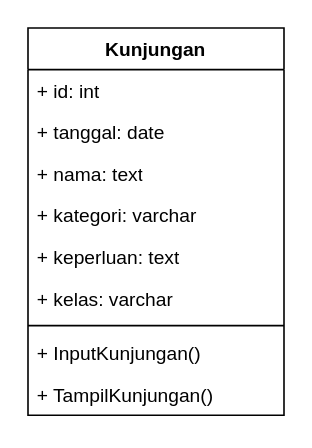
The draw.io diagram ClassDiagram.drawio in Hexail-tech/perpusDigital, before the edit. Source tidied: cells renumbered, new cells numbered last; positions are measured from the earlier drawing's top-left corner, leaving out a move shared by most shapes. Both pictures are drawn from the tidied source at 160%, with x=0, y=0 at pixel (27, 27).
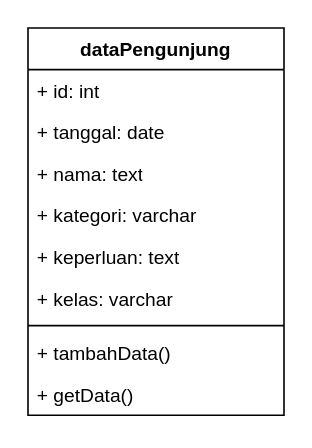
Above is the later version.

Diff of the diagram source:
```diff
@@
-<mxGraphModel>
+<mxGraphModel background="#ffffff">
   <root>
     <mxCell id="0" />
     <mxCell id="1" parent="0" />
-    <mxCell id="2" value="Kunjungan" style="swimlane;fontStyle=1;align=center;verticalAlign=top;horizontal=1;startSize=26;whiteSpace=wrap;html=1;" parent="1" vertex="1">
+    <mxCell id="2" value="dataPengunjung" style="swimlane;fontStyle=1;align=center;verticalAlign=top;horizontal=1;startSize=26;whiteSpace=wrap;html=1;" parent="1" vertex="1">
       <mxGeometry width="160" height="242" as="geometry" />
     </mxCell>
     <mxCell id="3" value="+ id: int" style="text;strokeColor=none;fillColor=none;align=left;verticalAlign=top;spacingLeft=4;spacingRight=4;overflow=hidden;whiteSpace=wrap;html=1;" parent="2" vertex="1">
       <mxGeometry y="26" width="160" height="26" as="geometry" />
     </mxCell>
     <mxCell id="4" value="+ tanggal: date" style="text;strokeColor=none;fillColor=none;align=left;verticalAlign=top;spacingLeft=4;spacingRight=4;overflow=hidden;whiteSpace=wrap;html=1;" parent="2" vertex="1">
       <mxGeometry y="52" width="160" height="26" as="geometry" />
     </mxCell>
     <mxCell id="5" value="+ nama: text" style="text;strokeColor=none;fillColor=none;align=left;verticalAlign=top;spacingLeft=4;spacingRight=4;overflow=hidden;whiteSpace=wrap;html=1;" parent="2" vertex="1">
       <mxGeometry y="78" width="160" height="26" as="geometry" />
     </mxCell>
     <mxCell id="6" value="+ kategori: varchar" style="text;strokeColor=none;fillColor=none;align=left;verticalAlign=top;spacingLeft=4;spacingRight=4;overflow=hidden;whiteSpace=wrap;html=1;" parent="2" vertex="1">
       <mxGeometry y="104" width="160" height="26" as="geometry" />
     </mxCell>
     <mxCell id="7" value="+ keperluan: text" style="text;strokeColor=none;fillColor=none;align=left;verticalAlign=top;spacingLeft=4;spacingRight=4;overflow=hidden;whiteSpace=wrap;html=1;" parent="2" vertex="1">
       <mxGeometry y="130" width="160" height="26" as="geometry" />
     </mxCell>
     <mxCell id="8" value="+ kelas: varchar" style="text;strokeColor=none;fillColor=none;align=left;verticalAlign=top;spacingLeft=4;spacingRight=4;overflow=hidden;whiteSpace=wrap;html=1;" parent="2" vertex="1">
       <mxGeometry y="156" width="160" height="26" as="geometry" />
     </mxCell>
     <mxCell id="9" style="line;strokeWidth=1;fillColor=none;align=left;verticalAlign=middle;spacingTop=-1;spacingLeft=3;spacingRight=3;labelPosition=right;strokeColor=inherit;" parent="2" vertex="1">
       <mxGeometry y="182" width="160" height="8" as="geometry" />
     </mxCell>
-    <mxCell id="10" value="+ InputKunjungan()" style="text;strokeColor=none;fillColor=none;align=left;verticalAlign=top;spacingLeft=4;spacingRight=4;overflow=hidden;whiteSpace=wrap;html=1;" parent="2" vertex="1">
+    <mxCell id="10" value="+ tambahData()" style="text;strokeColor=none;fillColor=none;align=left;verticalAlign=top;spacingLeft=4;spacingRight=4;overflow=hidden;whiteSpace=wrap;html=1;" parent="2" vertex="1">
       <mxGeometry y="190" width="160" height="26" as="geometry" />
     </mxCell>
-    <mxCell id="11" value="+ TampilKunjungan()" style="text;strokeColor=none;fillColor=none;align=left;verticalAlign=top;spacingLeft=4;spacingRight=4;overflow=hidden;whiteSpace=wrap;html=1;" parent="2" vertex="1">
+    <mxCell id="11" value="+ getData()" style="text;strokeColor=none;fillColor=none;align=left;verticalAlign=top;spacingLeft=4;spacingRight=4;overflow=hidden;whiteSpace=wrap;html=1;" parent="2" vertex="1">
       <mxGeometry y="216" width="160" height="26" as="geometry" />
     </mxCell>
   </root>
 </mxGraphModel>
```
